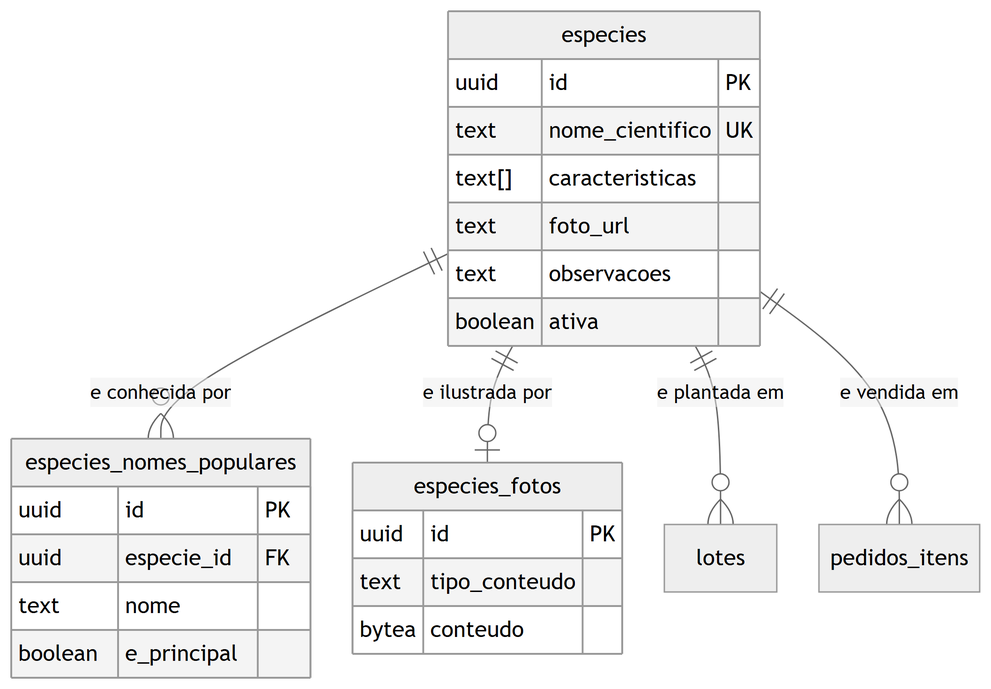
JoaoMudar/tcc keeps this Mermaid diagram as docs/engenharia/modelo-dados-pt/img/fig09-cadastros-especie.png. Above is the earlier version. Its source is kept beside it as docs/engenharia/modelo-dados-pt/mmd/fig09-cadastros-especie.mmd. The source it was exported from:
```mermaid
erDiagram
  especies {
    uuid    id PK
    text    nome_cientifico UK
    text[]  caracteristicas
    text    foto_url
    text    observacoes
    boolean ativa
  }
  especies_nomes_populares {
    uuid    id PK
    uuid    especie_id FK
    text    nome
    boolean e_principal
  }
  especies_fotos {
    uuid  id PK
    text  tipo_conteudo
    bytea conteudo
  }
  lotes {}
  pedidos_itens {}

  especies ||--o{ especies_nomes_populares : "e conhecida por"
  especies ||--o| especies_fotos           : "e ilustrada por"
  especies ||--o{ lotes                    : "e plantada em"
  especies ||--o{ pedidos_itens            : "e vendida em"
```
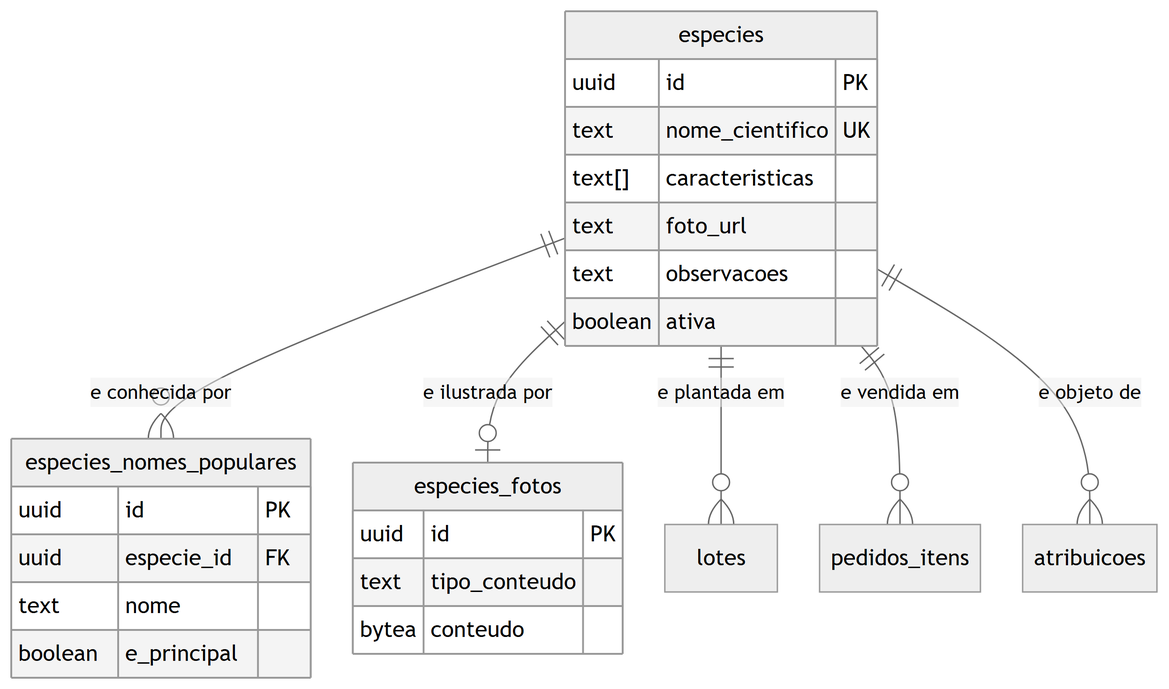
After the change.

Diff of the diagram source:
```diff
@@ -20,8 +20,10 @@
   }
   lotes {}
   pedidos_itens {}
+  atribuicoes {}
 
   especies ||--o{ especies_nomes_populares : "e conhecida por"
   especies ||--o| especies_fotos           : "e ilustrada por"
   especies ||--o{ lotes                    : "e plantada em"
   especies ||--o{ pedidos_itens            : "e vendida em"
+  especies ||--o{ atribuicoes              : "e objeto de"
```
